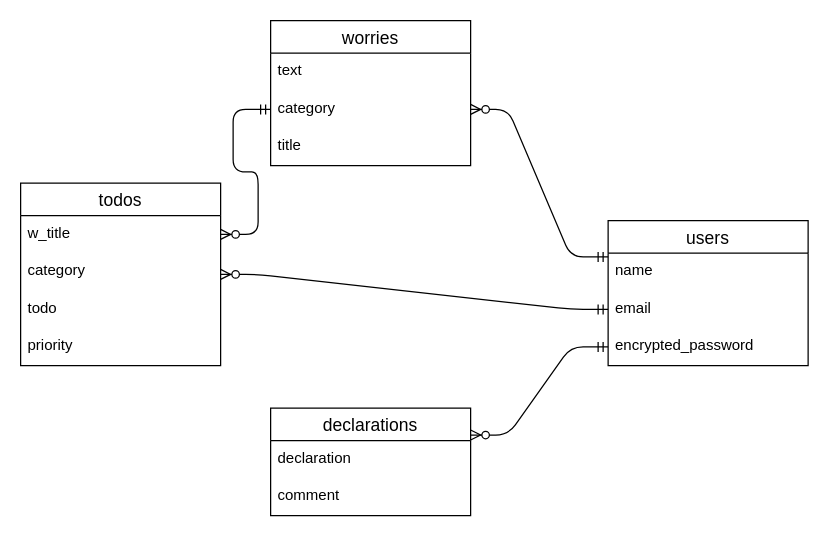
Before: moyamoya.dio in ohkuma90/moyamoya, a draw.io diagram. Source tidied: cells renumbered, new cells numbered last; positions are measured from the earlier drawing's top-left corner, leaving out a move shared by most shapes. Both pictures are drawn from the tidied source at 125%, with x=0, y=0 at pixel (20, 20).
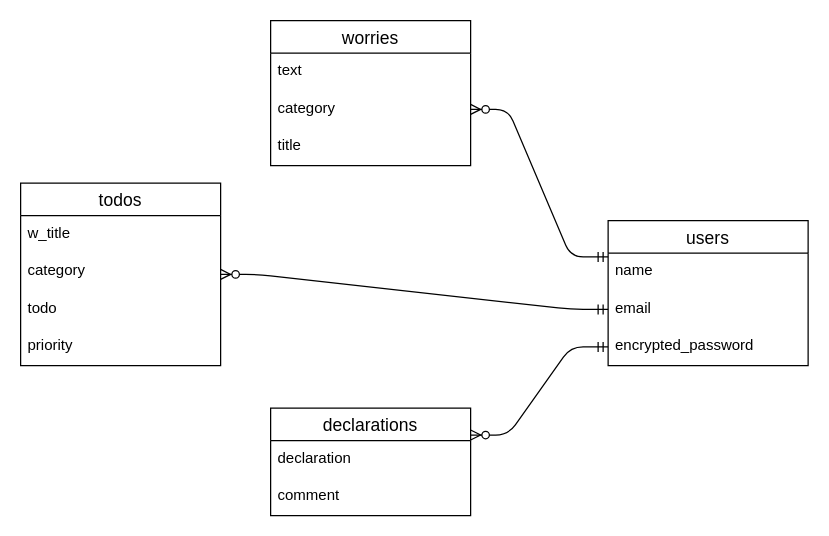
After the change.

The change refers to these unchanged cells:
```xml
<mxCell id="8" value="category" style="text;strokeColor=none;fillColor=none;spacingLeft=4;spacingRight=4;overflow=hidden;points=[[0,0.5],[1,0.5]];portConstraint=eastwest;fontSize=12;" parent="6" vertex="1">
  <mxGeometry y="56" width="160" height="30" as="geometry" />
</mxCell>
<mxCell id="11" value="w_title" style="text;strokeColor=none;fillColor=none;spacingLeft=4;spacingRight=4;overflow=hidden;points=[[0,0.5],[1,0.5]];portConstraint=eastwest;fontSize=12;" parent="10" vertex="1">
  <mxGeometry y="26" width="160" height="30" as="geometry" />
</mxCell>
```

Diff of the diagram source:
```diff
@@
-    <mxCell id="21" style="edgeStyle=entityRelationEdgeStyle;fontSize=12;html=1;endArrow=ERzeroToMany;startArrow=ERmandOne;exitX=0;exitY=0.5;exitDx=0;exitDy=0;entryX=1;entryY=0.5;entryDx=0;entryDy=0;" parent="1" edge="1" source="8" target="11">
-      <mxGeometry relative="1" as="geometry" />
-    </mxCell>
```
